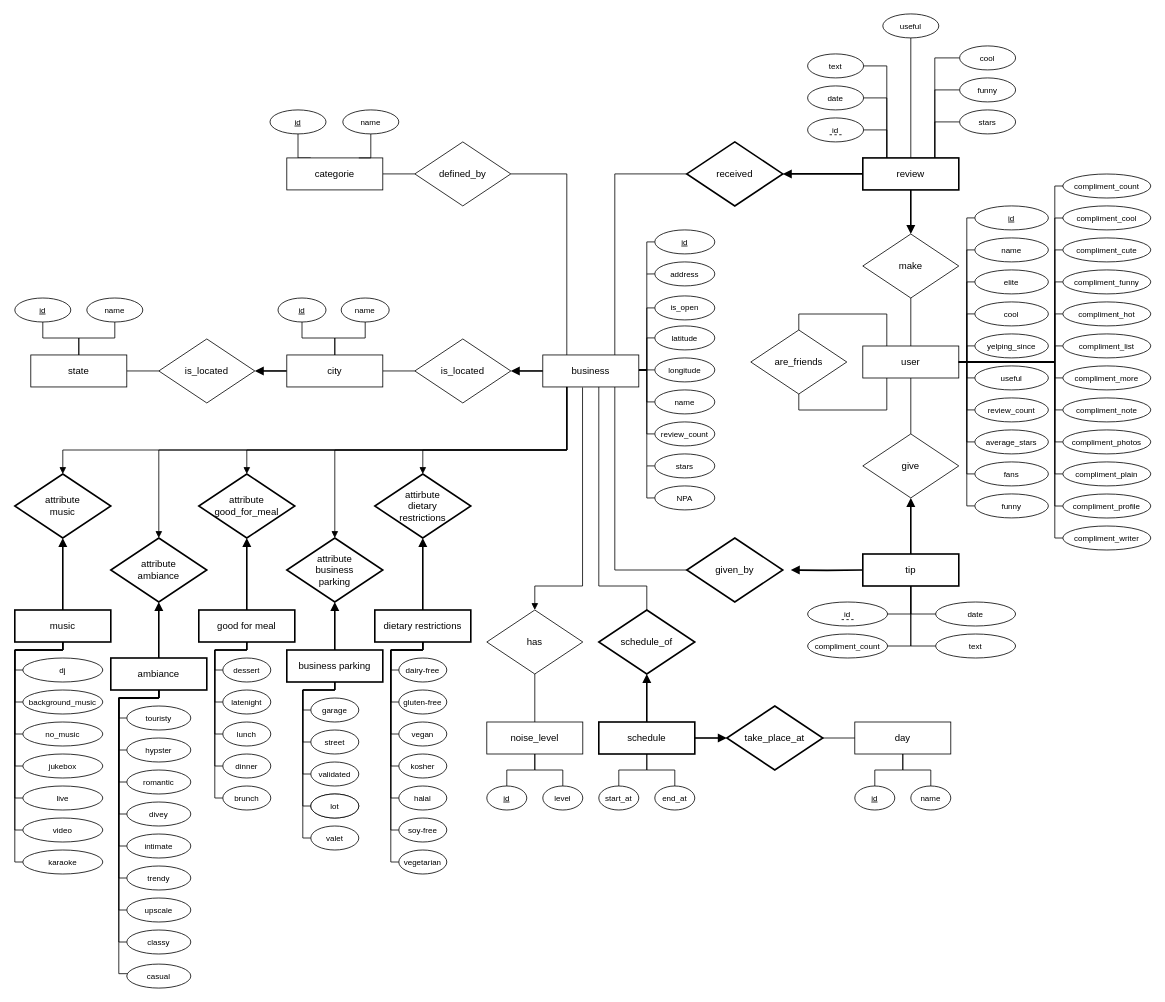
Earlier version of the draw.io diagram schema.drawio (Ph0tonic/Intro2DataBase). Source tidied: cells renumbered, new cells numbered last; positions are measured from the earlier drawing's top-left corner, leaving out a move shared by most shapes. Both pictures are drawn from the tidied source at 80%, with x=0, y=0 at pixel (14, 14).
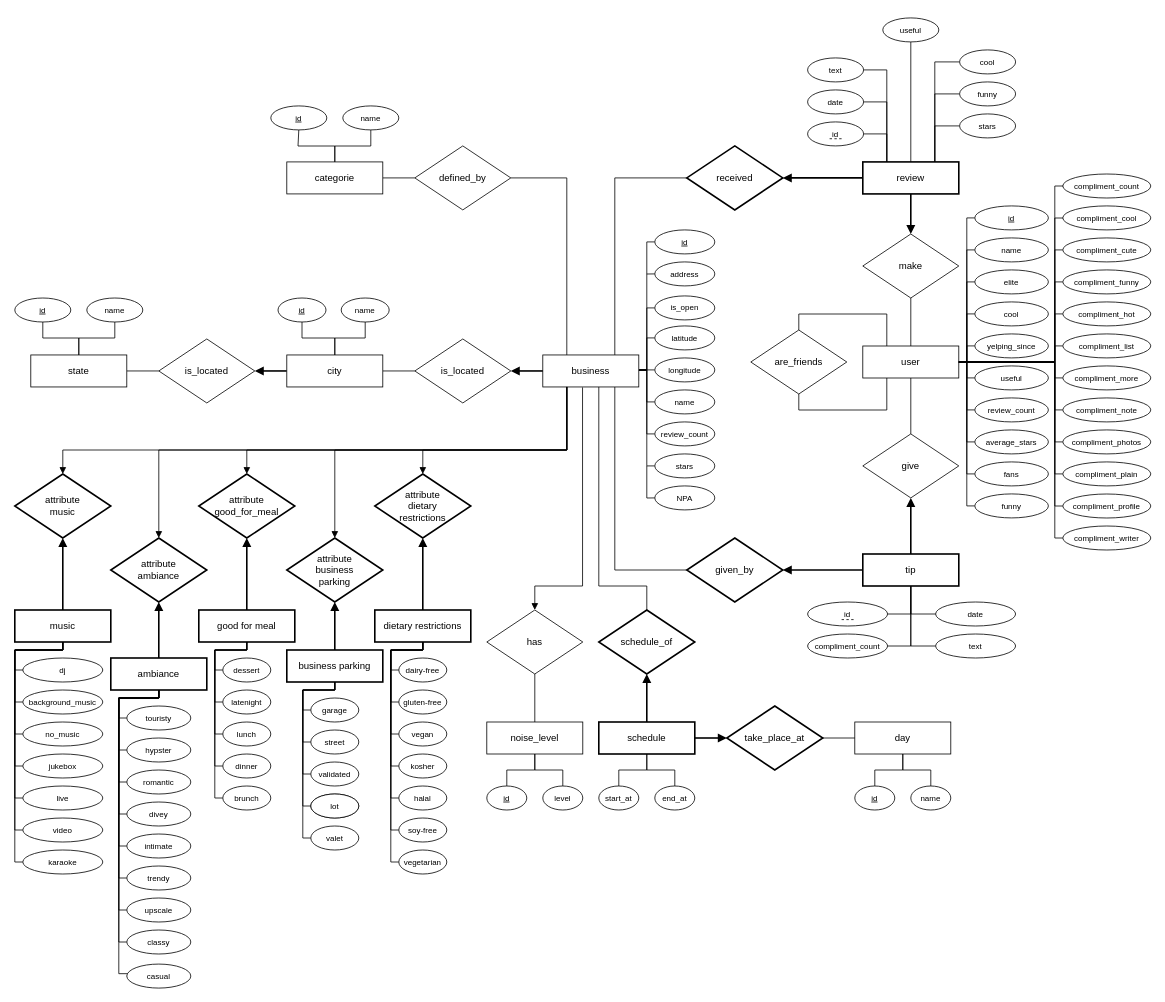
Above is the later version.

Unchanged cells that the change refers to:
```xml
<mxCell id="11" value="tip" style="rounded=0;whiteSpace=wrap;html=1;strokeWidth=2;" parent="1" vertex="1">
  <mxGeometry x="1060" y="675" width="120" height="40" as="geometry" />
</mxCell>
<mxCell id="62" value="given_by" style="rhombus;whiteSpace=wrap;html=1;strokeWidth=2;" parent="1" vertex="1">
  <mxGeometry x="840" y="655" width="120" height="80" as="geometry" />
</mxCell>
```

Diff of the diagram source:
```diff
@@
-    <mxCell id="8" style="edgeStyle=orthogonalEdgeStyle;rounded=0;jettySize=auto;html=1;exitX=0.25;exitY=0;exitDx=0;exitDy=0;entryX=0.5;entryY=1;entryDx=0;entryDy=0;startArrow=none;startFill=0;endArrow=none;endFill=0;strokeWidth=1;" parent="1" edge="1" source="9" target="199">
-      <mxGeometry relative="1" as="geometry" />
+    <mxCell id="8" style="edgeStyle=orthogonalEdgeStyle;rounded=0;jettySize=auto;html=1;exitX=0.5;exitY=0;exitDx=0;exitDy=0;entryX=0.5;entryY=1;entryDx=0;entryDy=0;startArrow=none;startFill=0;endArrow=none;endFill=0;strokeWidth=1;" parent="1" edge="1" source="9" target="199">
+      <mxGeometry relative="1" as="geometry">
+        <Array as="points">
+          <mxPoint x="400" y="165" />
+          <mxPoint x="354" y="165" />
+        </Array>
+      </mxGeometry>
     </mxCell>
     <mxCell id="9" value="categorie" style="rounded=0;whiteSpace=wrap;html=1;" parent="1" vertex="1">
-      <mxGeometry x="340" y="179.9" width="120" height="40" as="geometry" />
+      <mxGeometry x="340" y="184.9" width="120" height="40" as="geometry" />
     </mxCell>
@@
     <mxCell id="13" value="review" style="rounded=0;whiteSpace=wrap;html=1;strokeWidth=2;" parent="1" vertex="1">
-      <mxGeometry x="1060" y="179.9" width="120" height="40" as="geometry" />
+      <mxGeometry x="1060" y="184.9" width="120" height="40" as="geometry" />
     </mxCell>
@@
     <mxCell id="55" value="defined_by" style="rhombus;whiteSpace=wrap;html=1;" parent="1" vertex="1">
-      <mxGeometry x="500" y="159.9" width="120" height="80" as="geometry" />
+      <mxGeometry x="500" y="164.9" width="120" height="80" as="geometry" />
     </mxCell>
@@
     <mxCell id="60" value="received" style="rhombus;whiteSpace=wrap;html=1;strokeWidth=2;" parent="1" vertex="1">
-      <mxGeometry x="840" y="159.9" width="120" height="80" as="geometry" />
+      <mxGeometry x="840" y="164.9" width="120" height="80" as="geometry" />
     </mxCell>
-    <mxCell id="61" style="edgeStyle=orthogonalEdgeStyle;rounded=0;jettySize=auto;html=1;exitX=1;exitY=0.5;exitDx=0;exitDy=0;startArrow=block;startFill=1;endArrow=none;endFill=0;strokeWidth=2;entryX=0;entryY=0.5;entryDx=0;entryDy=0;" parent="1" edge="1" target="11">
-      <mxGeometry relative="1" as="geometry">
-        <mxPoint x="970" y="695" as="sourcePoint" />
-      </mxGeometry>
+    <mxCell id="61" style="edgeStyle=orthogonalEdgeStyle;rounded=0;jettySize=auto;html=1;exitX=1;exitY=0.5;exitDx=0;exitDy=0;startArrow=block;startFill=1;endArrow=none;endFill=0;strokeWidth=2;entryX=0;entryY=0.5;entryDx=0;entryDy=0;" parent="1" edge="1" source="62" target="11">
+      <mxGeometry relative="1" as="geometry" />
     </mxCell>
@@
     <mxCell id="68" value="id" style="ellipse;whiteSpace=wrap;html=1;fontStyle=0;fontSize=10;" parent="1" vertex="1">
-      <mxGeometry x="991" y="129.9" width="70" height="30" as="geometry" />
+      <mxGeometry x="991" y="134.9" width="70" height="30" as="geometry" />
     </mxCell>
@@
     <mxCell id="70" value="date" style="ellipse;whiteSpace=wrap;html=1;fontSize=10;" parent="1" vertex="1">
-      <mxGeometry x="991" y="89.9" width="70" height="30" as="geometry" />
+      <mxGeometry x="991" y="94.9" width="70" height="30" as="geometry" />
     </mxCell>
@@
     <mxCell id="72" value="&lt;div style=&quot;font-size: 10px;&quot;&gt;text&lt;/div&gt;" style="ellipse;whiteSpace=wrap;html=1;fontSize=10;" parent="1" vertex="1">
-      <mxGeometry x="991" y="49.9" width="70" height="30" as="geometry" />
+      <mxGeometry x="991" y="54.9" width="70" height="30" as="geometry" />
     </mxCell>
     <mxCell id="73" style="edgeStyle=orthogonalEdgeStyle;rounded=0;jettySize=auto;html=1;exitX=0;exitY=0.5;exitDx=0;exitDy=0;endArrow=none;endFill=0;entryX=0.75;entryY=0;entryDx=0;entryDy=0;" parent="1" edge="1" source="74" target="13">
       <mxGeometry relative="1" as="geometry">
         <Array as="points">
-          <mxPoint x="1150" y="54.9" />
+          <mxPoint x="1150" y="59.9" />
         </Array>
       </mxGeometry>
     </mxCell>
     <mxCell id="74" value="cool" style="ellipse;whiteSpace=wrap;html=1;fontSize=10;" parent="1" vertex="1">
-      <mxGeometry x="1181" y="39.9" width="70" height="30" as="geometry" />
+      <mxGeometry x="1181" y="44.9" width="70" height="30" as="geometry" />
     </mxCell>
     <mxCell id="75" style="edgeStyle=orthogonalEdgeStyle;rounded=0;jettySize=auto;html=1;exitX=0;exitY=0.5;exitDx=0;exitDy=0;entryX=0.75;entryY=0;entryDx=0;entryDy=0;endArrow=none;endFill=0;" parent="1" edge="1" source="76" target="13">
       <mxGeometry relative="1" as="geometry">
         <Array as="points">
-          <mxPoint x="1150" y="94.9" />
+          <mxPoint x="1150" y="99.9" />
         </Array>
       </mxGeometry>
     </mxCell>
     <mxCell id="76" value="funny" style="ellipse;whiteSpace=wrap;html=1;fontSize=10;" parent="1" vertex="1">
-      <mxGeometry x="1181" y="79.9" width="70" height="30" as="geometry" />
+      <mxGeometry x="1181" y="84.9" width="70" height="30" as="geometry" />
     </mxCell>
     <mxCell id="77" style="edgeStyle=orthogonalEdgeStyle;rounded=0;jettySize=auto;html=1;exitX=0;exitY=0.5;exitDx=0;exitDy=0;entryX=0.75;entryY=0;entryDx=0;entryDy=0;endArrow=none;endFill=0;" parent="1" edge="1" source="78" target="13">
       <mxGeometry relative="1" as="geometry">
         <Array as="points">
-          <mxPoint x="1150" y="134.9" />
+          <mxPoint x="1150" y="139.9" />
         </Array>
       </mxGeometry>
     </mxCell>
     <mxCell id="78" value="stars" style="ellipse;whiteSpace=wrap;html=1;fontSize=10;" parent="1" vertex="1">
-      <mxGeometry x="1181" y="119.9" width="70" height="30" as="geometry" />
+      <mxGeometry x="1181" y="124.9" width="70" height="30" as="geometry" />
     </mxCell>
@@
     <mxCell id="80" value="useful" style="ellipse;whiteSpace=wrap;html=1;fontSize=10;" parent="1" vertex="1">
-      <mxGeometry x="1085" y="-0.1" width="70" height="30" as="geometry" />
+      <mxGeometry x="1085" y="4.9" width="70" height="30" as="geometry" />
     </mxCell>
@@
-    <mxCell id="198" value="&lt;div&gt;attirbute&lt;/div&gt;&lt;div&gt;dietary&lt;/div&gt;&lt;div&gt;restrictions&lt;/div&gt;" style="rhombus;whiteSpace=wrap;html=1;strokeWidth=2;gradientColor=none;" parent="1" vertex="1">
+    <mxCell id="198" value="&lt;div&gt;attribute&lt;/div&gt;&lt;div&gt;dietary&lt;/div&gt;&lt;div&gt;restrictions&lt;/div&gt;" style="rhombus;whiteSpace=wrap;html=1;strokeWidth=2;gradientColor=none;" parent="1" vertex="1">
       <mxGeometry x="450" y="575" width="120" height="80" as="geometry" />
     </mxCell>
     <mxCell id="199" value="id" style="ellipse;whiteSpace=wrap;html=1;fontStyle=4;fontSize=10;" parent="1" vertex="1">
-      <mxGeometry x="319" y="119.9" width="70" height="30" as="geometry" />
+      <mxGeometry x="320" y="114.9" width="70" height="30" as="geometry" />
     </mxCell>
-    <mxCell id="200" style="edgeStyle=orthogonalEdgeStyle;rounded=0;jettySize=auto;html=1;exitX=0.5;exitY=1;exitDx=0;exitDy=0;entryX=0.75;entryY=0;entryDx=0;entryDy=0;startArrow=none;startFill=0;endArrow=none;endFill=0;strokeWidth=1;" parent="1" edge="1" source="201" target="9">
+    <mxCell id="200" style="edgeStyle=orthogonalEdgeStyle;rounded=0;jettySize=auto;html=1;exitX=0.5;exitY=1;exitDx=0;exitDy=0;entryX=0.5;entryY=0;entryDx=0;entryDy=0;startArrow=none;startFill=0;endArrow=none;endFill=0;strokeWidth=1;" parent="1" edge="1" source="201" target="9">
       <mxGeometry relative="1" as="geometry">
         <Array as="points">
-          <mxPoint x="445" y="180" />
+          <mxPoint x="445" y="165" />
+          <mxPoint x="400" y="165" />
         </Array>
       </mxGeometry>
     </mxCell>
     <mxCell id="201" value="name" style="ellipse;whiteSpace=wrap;html=1;fontStyle=0;fontSize=10;" parent="1" vertex="1">
-      <mxGeometry x="410" y="119.9" width="70" height="30" as="geometry" />
+      <mxGeometry x="410" y="114.9" width="70" height="30" as="geometry" />
     </mxCell>
@@
     <mxCell id="241" style="endArrow=none;dashed=1;html=1;" parent="1" edge="1">
       <mxGeometry relative="1" as="geometry">
-        <mxPoint x="1018.5" y="150.9" as="sourcePoint" />
-        <mxPoint x="1033.5" y="150.9" as="targetPoint" />
+        <mxPoint x="1018.5" y="155.9" as="sourcePoint" />
+        <mxPoint x="1033.5" y="155.9" as="targetPoint" />
       </mxGeometry>
     </mxCell>
```
